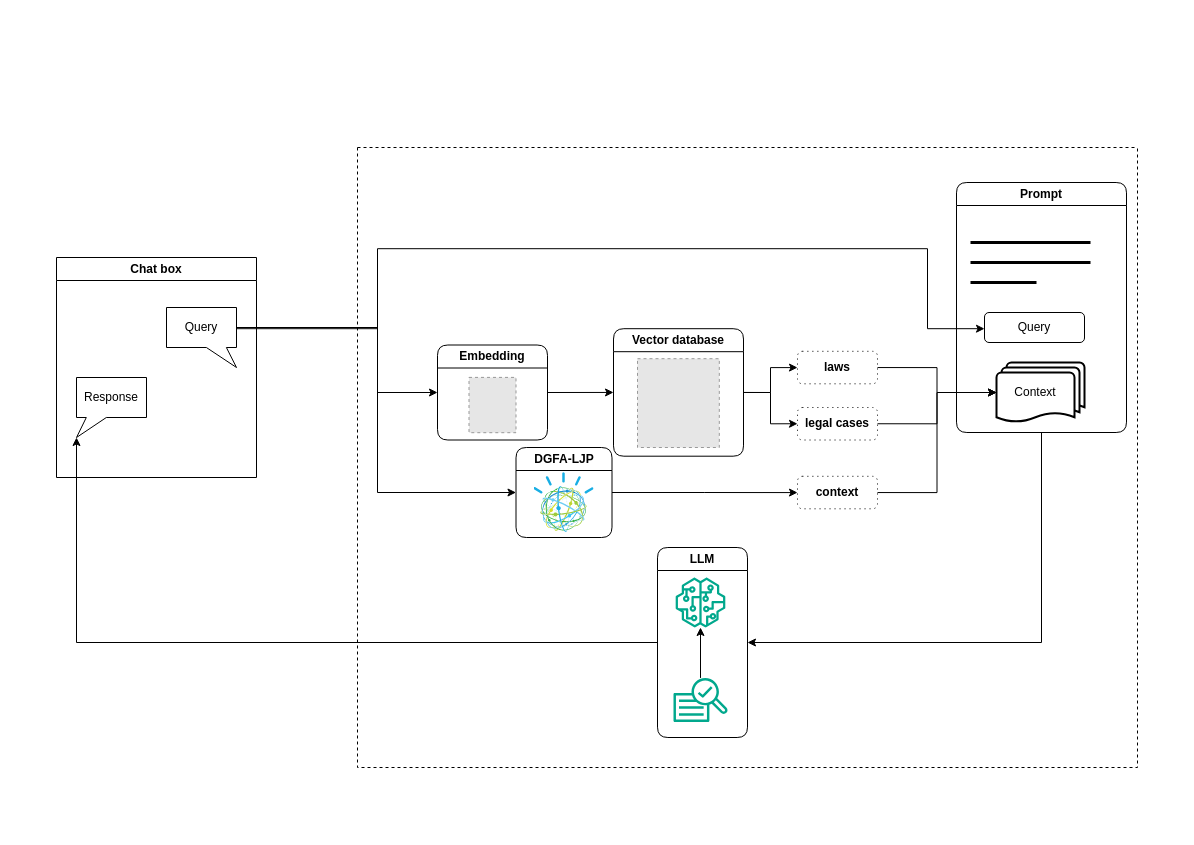
Earlier version of the draw.io diagram 未命名绘图.drawio (ArThur-Te/2025-21408). Source tidied: cells renumbered, new cells numbered last; positions are measured from the earlier drawing's top-left corner, leaving out a move shared by most shapes. Both pictures are drawn from the tidied source at 100%, with x=0, y=0 at pixel (17, 107). Pictures stored in the file or linked from it are replaced by grey dashed boxes.
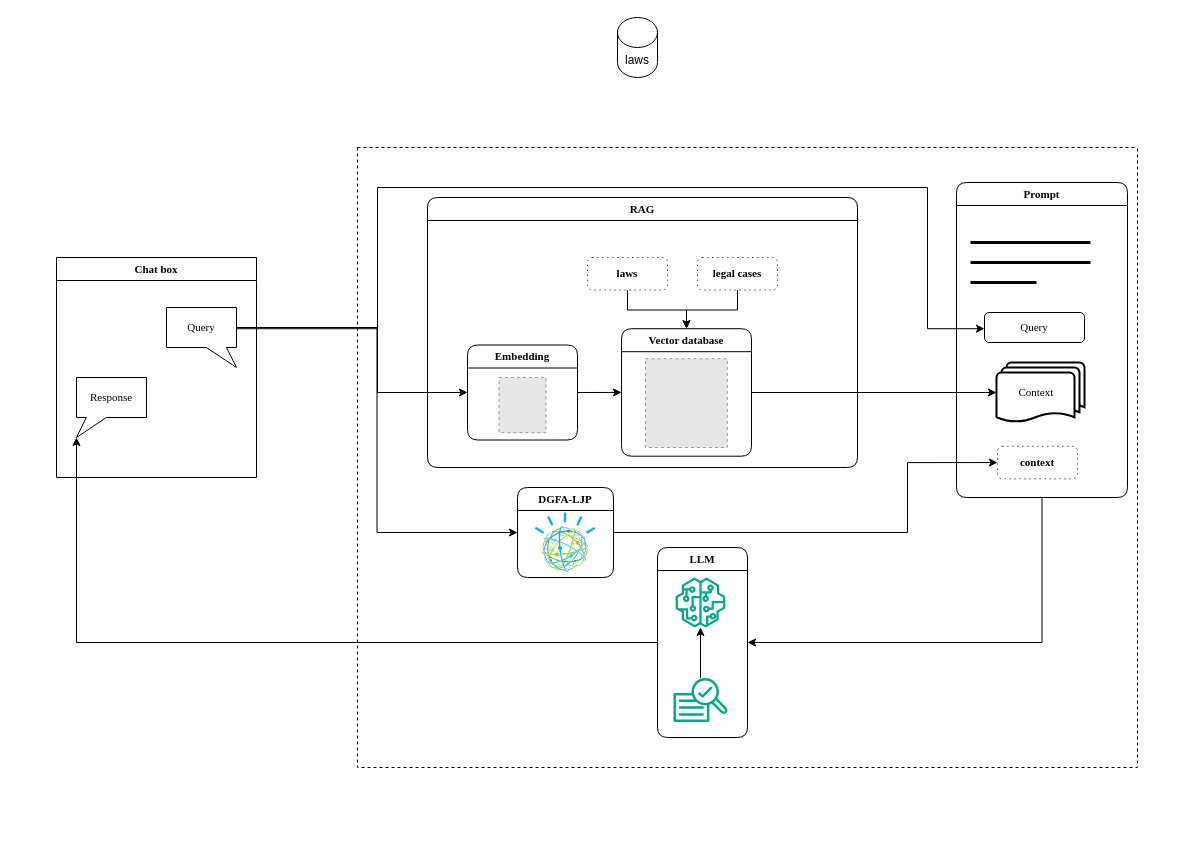
Above is the later version.

Commit message:
更新未命名绘图.drawio

What changed in the source:
```diff
@@
-    <mxCell id="2" value="Chat box" style="swimlane;whiteSpace=wrap;html=1;" parent="1" vertex="1">
+    <mxCell id="2" value="Chat box" style="swimlane;whiteSpace=wrap;html=1;fontFamily=Times New Roman;fontSize=11;" parent="1" vertex="1">
       <mxGeometry x="39" y="150" width="200" height="220" as="geometry" />
     </mxCell>
-    <mxCell id="3" value="Query" style="shape=callout;whiteSpace=wrap;html=1;perimeter=calloutPerimeter;size=20;position=0.57;position2=1;base=20;" parent="2" vertex="1">
+    <mxCell id="3" value="Query" style="shape=callout;whiteSpace=wrap;html=1;perimeter=calloutPerimeter;size=20;position=0.57;position2=1;base=20;fontFamily=Times New Roman;fontSize=11;" parent="2" vertex="1">
       <mxGeometry x="110" y="50" width="70" height="60" as="geometry" />
     </mxCell>
-    <mxCell id="4" value="Response" style="shape=callout;whiteSpace=wrap;html=1;perimeter=calloutPerimeter;size=20;position=0.14;position2=0;" parent="2" vertex="1">
+    <mxCell id="4" value="Response" style="shape=callout;whiteSpace=wrap;html=1;perimeter=calloutPerimeter;size=20;position=0.14;position2=0;fontFamily=Times New Roman;fontSize=11;" parent="2" vertex="1">
       <mxGeometry x="20" y="120" width="70" height="60" as="geometry" />
     </mxCell>
-    <mxCell id="5" style="swimlane;startSize=0;dashed=1;" parent="1" vertex="1">
+    <mxCell id="5" style="swimlane;startSize=0;dashed=1;fontFamily=Times New Roman;fontSize=11;" parent="1" vertex="1">
       <mxGeometry x="340" y="40" width="780" height="620" as="geometry" />
     </mxCell>
-    <mxCell id="6" value="LLM" style="swimlane;whiteSpace=wrap;html=1;rounded=1;glass=0;" parent="5" vertex="1">
+    <mxCell id="6" value="LLM" style="swimlane;whiteSpace=wrap;html=1;rounded=1;glass=0;fontFamily=Times New Roman;fontSize=11;" parent="5" vertex="1">
       <mxGeometry x="300" y="400" width="90" height="190" as="geometry" />
     </mxCell>
-    <mxCell id="7" style="sketch=0;outlineConnect=0;fontColor=#232F3E;gradientColor=none;fillColor=#01A88D;strokeColor=none;dashed=0;verticalLabelPosition=bottom;verticalAlign=top;align=center;html=1;fontSize=12;fontStyle=0;shape=mxgraph.aws4.sagemaker_model;" parent="6" vertex="1">
+    <mxCell id="7" style="sketch=0;outlineConnect=0;fontColor=#232F3E;gradientColor=none;fillColor=#01A88D;strokeColor=none;dashed=0;verticalLabelPosition=bottom;verticalAlign=top;align=center;html=1;fontSize=11;fontStyle=0;shape=mxgraph.aws4.sagemaker_model;fontFamily=Times New Roman;" parent="6" vertex="1">
       <mxGeometry x="18" y="30" width="50" height="50" as="geometry" />
     </mxCell>
-    <mxCell id="8" style="edgeStyle=orthogonalEdgeStyle;rounded=0;jettySize=auto;html=1;" parent="6" edge="1" source="9" target="7">
+    <mxCell id="8" style="edgeStyle=orthogonalEdgeStyle;rounded=0;jettySize=auto;html=1;fontFamily=Times New Roman;fontSize=11;" parent="6" edge="1" source="9" target="7">
       <mxGeometry relative="1" as="geometry" />
     </mxCell>
-    <mxCell id="9" style="sketch=0;outlineConnect=0;fontColor=#232F3E;gradientColor=none;fillColor=#01A88D;strokeColor=none;dashed=0;verticalLabelPosition=bottom;verticalAlign=top;align=center;html=1;fontSize=12;fontStyle=0;shape=mxgraph.aws4.sagemaker_train;" parent="6" vertex="1">
+    <mxCell id="9" style="sketch=0;outlineConnect=0;fontColor=#232F3E;gradientColor=none;fillColor=#01A88D;strokeColor=none;dashed=0;verticalLabelPosition=bottom;verticalAlign=top;align=center;html=1;fontSize=11;fontStyle=0;shape=mxgraph.aws4.sagemaker_train;fontFamily=Times New Roman;" parent="6" vertex="1">
       <mxGeometry x="16" y="130" width="54" height="45" as="geometry" />
     </mxCell>
-    <mxCell id="10" style="edgeStyle=orthogonalEdgeStyle;rounded=0;jettySize=auto;html=1;exitX=0.5;exitY=1;exitDx=0;exitDy=0;entryX=1;entryY=0.5;entryDx=0;entryDy=0;" parent="5" edge="1" source="11" target="6">
+    <mxCell id="10" style="edgeStyle=orthogonalEdgeStyle;rounded=0;jettySize=auto;html=1;exitX=0.5;exitY=1;exitDx=0;exitDy=0;entryX=1;entryY=0.5;entryDx=0;entryDy=0;fontFamily=Times New Roman;fontSize=11;" parent="5" edge="1" source="11" target="6">
       <mxGeometry relative="1" as="geometry" />
     </mxCell>
-    <mxCell id="11" value="Prompt" style="swimlane;whiteSpace=wrap;html=1;rounded=1;glass=0;" parent="5" vertex="1">
-      <mxGeometry x="599" y="35" width="170" height="250" as="geometry" />
+    <mxCell id="11" value="Prompt" style="swimlane;whiteSpace=wrap;html=1;rounded=1;glass=0;fontFamily=Times New Roman;fontSize=11;" parent="5" vertex="1">
+      <mxGeometry x="599" y="35" width="171" height="315" as="geometry" />
     </mxCell>
-    <mxCell id="12" value="Context&amp;nbsp; &amp;nbsp;" style="strokeWidth=2;html=1;shape=mxgraph.flowchart.multi-document;whiteSpace=wrap;" parent="11" vertex="1">
+    <mxCell id="12" value="Context&amp;nbsp; &amp;nbsp;" style="strokeWidth=2;html=1;shape=mxgraph.flowchart.multi-document;whiteSpace=wrap;fontFamily=Times New Roman;fontSize=11;" parent="11" vertex="1">
       <mxGeometry x="40" y="180" width="88" height="60" as="geometry" />
     </mxCell>
-    <mxCell id="13" value="Query" style="rounded=1;whiteSpace=wrap;html=1;" parent="11" vertex="1">
+    <mxCell id="13" value="Query" style="rounded=1;whiteSpace=wrap;html=1;fontFamily=Times New Roman;fontSize=11;" parent="11" vertex="1">
       <mxGeometry x="28" y="130" width="100" height="30" as="geometry" />
     </mxCell>
-    <mxCell id="14" style="endArrow=none;html=1;rounded=0;strokeWidth=3;" parent="11" edge="1">
+    <mxCell id="14" style="endArrow=none;html=1;rounded=0;strokeWidth=3;fontFamily=Times New Roman;fontSize=11;" parent="11" edge="1">
       <mxGeometry relative="1" as="geometry">
         <mxPoint x="14" y="60" as="sourcePoint" />
         <mxPoint x="134" y="60" as="targetPoint" />
       </mxGeometry>
     </mxCell>
-    <mxCell id="15" style="endArrow=none;html=1;rounded=0;strokeWidth=3;" parent="11" edge="1">
+    <mxCell id="15" style="endArrow=none;html=1;rounded=0;strokeWidth=3;fontFamily=Times New Roman;fontSize=11;" parent="11" edge="1">
       <mxGeometry relative="1" as="geometry">
         <mxPoint x="14" y="80" as="sourcePoint" />
         <mxPoint x="134" y="80" as="targetPoint" />
       </mxGeometry>
     </mxCell>
-    <mxCell id="16" style="endArrow=none;html=1;rounded=0;strokeWidth=3;" parent="11" edge="1">
+    <mxCell id="16" style="endArrow=none;html=1;rounded=0;strokeWidth=3;fontFamily=Times New Roman;fontSize=11;" parent="11" edge="1">
       <mxGeometry relative="1" as="geometry">
         <mxPoint x="14" y="100" as="sourcePoint" />
         <mxPoint x="80" y="100" as="targetPoint" />
       </mxGeometry>
     </mxCell>
-    <mxCell id="17" value="Vector database" style="swimlane;whiteSpace=wrap;html=1;rounded=1;glass=0;" parent="5" vertex="1">
-      <mxGeometry x="256" y="181.2" width="130" height="127.5" as="geometry" />
-    </mxCell>
-    <mxCell id="18" style="fillColor=#E6E6E6;strokeColor=#999999;dashed=1;verticalLabelPosition=bottom;labelBackgroundColor=default;verticalAlign=top;" parent="17" vertex="1">
-      <mxGeometry x="24" y="30" width="81.8" height="88.8" as="geometry" />
-    </mxCell>
-    <mxCell id="19" style="edgeStyle=orthogonalEdgeStyle;rounded=0;jettySize=auto;html=1;exitX=1;exitY=0.5;exitDx=0;exitDy=0;entryX=0;entryY=0.5;entryDx=0;entryDy=0;" parent="5" edge="1" source="20" target="17">
-      <mxGeometry relative="1" as="geometry" />
-    </mxCell>
-    <mxCell id="20" value="Embedding" style="swimlane;whiteSpace=wrap;html=1;rounded=1;glass=0;" parent="5" vertex="1">
-      <mxGeometry x="80" y="197.5" width="110" height="95" as="geometry" />
-    </mxCell>
-    <mxCell id="21" style="fillColor=#E6E6E6;strokeColor=#999999;dashed=1;html=1;verticalLabelPosition=bottom;labelBackgroundColor=#ffffff;verticalAlign=top;" parent="20" vertex="1">
-      <mxGeometry x="31.5" y="32.4" width="47" height="55.3" as="geometry" />
-    </mxCell>
-    <mxCell id="22" value="context" style="whiteSpace=wrap;html=1;fontStyle=1;startSize=23;rounded=1;glass=0;dashed=1;dashPattern=1 4;" parent="5" vertex="1">
-      <mxGeometry x="440" y="328.8" width="80" height="32.5" as="geometry" />
-    </mxCell>
-    <mxCell id="23" style="edgeStyle=orthogonalEdgeStyle;rounded=0;jettySize=auto;html=1;exitX=1;exitY=0.5;exitDx=0;exitDy=0;entryX=0;entryY=0.5;entryDx=0;entryDy=0;entryPerimeter=0;" parent="5" edge="1" source="22" target="12">
-      <mxGeometry relative="1" as="geometry" />
-    </mxCell>
-    <mxCell id="24" style="edgeStyle=orthogonalEdgeStyle;rounded=0;orthogonalLoop=1;jettySize=auto;html=1;exitX=0;exitY=0;exitDx=70;exitDy=20;exitPerimeter=0;entryX=0;entryY=0.5;entryDx=0;entryDy=0;" parent="5" edge="1">
+    <mxCell id="24" style="edgeStyle=orthogonalEdgeStyle;rounded=0;orthogonalLoop=1;jettySize=auto;html=1;exitX=0;exitY=0;exitDx=70;exitDy=20;exitPerimeter=0;entryX=0;entryY=0.5;entryDx=0;entryDy=0;fontFamily=Times New Roman;fontSize=11;" parent="5" edge="1">
       <mxGeometry relative="1" as="geometry">
         <mxPoint x="-121" y="181.2" as="sourcePoint" />
         <mxPoint x="627" y="181.2" as="targetPoint" />
         <Array as="points">
-          <mxPoint x="20" y="181.2" />
-          <mxPoint x="20" y="101.2" />
-          <mxPoint x="570" y="101.2" />
-          <mxPoint x="570" y="181.2" />
+          <mxPoint x="20" y="181" />
+          <mxPoint x="20" y="40" />
+          <mxPoint x="570" y="40" />
+          <mxPoint x="570" y="181" />
         </Array>
       </mxGeometry>
     </mxCell>
-    <mxCell id="25" style="edgeStyle=orthogonalEdgeStyle;rounded=0;jettySize=auto;html=1;exitX=0;exitY=0;exitDx=70;exitDy=20;exitPerimeter=0;entryX=0;entryY=0.5;entryDx=0;entryDy=0;" parent="1" edge="1" source="3" target="31">
-      <mxGeometry relative="1" as="geometry">
-        <Array as="points">
-          <mxPoint x="360" y="220" />
-          <mxPoint x="360" y="385" />
-        </Array>
-      </mxGeometry>
-    </mxCell>
-    <mxCell id="26" style="edgeStyle=orthogonalEdgeStyle;rounded=0;jettySize=auto;html=1;exitX=0;exitY=0.5;exitDx=0;exitDy=0;entryX=0;entryY=0;entryDx=0;entryDy=60;entryPerimeter=0;" parent="1" edge="1" source="6" target="4">
+    <mxCell id="26" style="edgeStyle=orthogonalEdgeStyle;rounded=0;jettySize=auto;html=1;exitX=0;exitY=0.5;exitDx=0;exitDy=0;entryX=0;entryY=0;entryDx=0;entryDy=60;entryPerimeter=0;fontFamily=Times New Roman;fontSize=11;" parent="1" edge="1" source="6" target="4">
       <mxGeometry relative="1" as="geometry" />
     </mxCell>
-    <mxCell id="27" style="edgeStyle=orthogonalEdgeStyle;rounded=0;jettySize=auto;html=1;exitX=0;exitY=0;exitDx=70;exitDy=20;exitPerimeter=0;entryX=0;entryY=0.5;entryDx=0;entryDy=0;" parent="1" edge="1" source="3" target="20">
+    <mxCell id="27" style="edgeStyle=orthogonalEdgeStyle;rounded=0;jettySize=auto;html=1;exitX=0;exitY=0;exitDx=70;exitDy=20;exitPerimeter=0;entryX=0;entryY=0.5;entryDx=0;entryDy=0;fontFamily=Times New Roman;fontSize=11;" parent="1" edge="1" source="3" target="20">
       <mxGeometry relative="1" as="geometry">
         <Array as="points">
           <mxPoint x="360" y="220" />
           <mxPoint x="360" y="285" />
         </Array>
       </mxGeometry>
     </mxCell>
-    <mxCell id="28" style="swimlane;startSize=0;strokeWidth=0;strokeColor=none;" parent="1" vertex="1">
-      <mxGeometry width="1150" height="710" as="geometry" />
+    <mxCell id="28" style="swimlane;startSize=0;strokeWidth=0;strokeColor=none;fontFamily=Times New Roman;fontSize=11;" parent="1" vertex="1">
+      <mxGeometry width="1160" height="720" as="geometry" />
     </mxCell>
-    <mxCell id="29" value="legal cases" style="whiteSpace=wrap;html=1;fontStyle=1;startSize=23;rounded=1;glass=0;dashed=1;dashPattern=1 4;" parent="28" vertex="1">
-      <mxGeometry x="780" y="300" width="80" height="32.5" as="geometry" />
+    <mxCell id="29" value="legal cases" style="whiteSpace=wrap;html=1;fontStyle=1;startSize=23;rounded=1;glass=0;dashed=1;dashPattern=1 4;fontFamily=Times New Roman;fontSize=11;" parent="28" vertex="1">
+      <mxGeometry x="680" y="150" width="80" height="32.5" as="geometry" />
     </mxCell>
-    <mxCell id="30" value="laws" style="whiteSpace=wrap;html=1;fontStyle=1;startSize=23;rounded=1;glass=0;dashed=1;dashPattern=1 4;" parent="28" vertex="1">
-      <mxGeometry x="780" y="243.8" width="80" height="32.5" as="geometry" />
+    <mxCell id="30" value="laws" style="whiteSpace=wrap;html=1;fontStyle=1;startSize=23;rounded=1;glass=0;dashed=1;dashPattern=1 4;fontFamily=Times New Roman;fontSize=11;" parent="28" vertex="1">
+      <mxGeometry x="570" y="150" width="80" height="32.5" as="geometry" />
     </mxCell>
+    <mxCell id="37" style="edgeStyle=orthogonalEdgeStyle;rounded=0;jettySize=auto;html=1;exitX=1;exitY=0.5;exitDx=0;exitDy=0;entryX=0;entryY=0.5;entryDx=0;entryDy=0;" parent="28" edge="1" source="31" target="22">
+      <mxGeometry relative="1" as="geometry">
+        <Array as="points">
+          <mxPoint x="890" y="425" />
+          <mxPoint x="890" y="355" />
+        </Array>
+      </mxGeometry>
+    </mxCell>
-    <mxCell id="31" value="DGFA-LJP" style="swimlane;whiteSpace=wrap;html=1;rounded=1;glass=0;" parent="28" vertex="1">
-      <mxGeometry x="498.5" y="340" width="96" height="90" as="geometry" />
+    <mxCell id="31" value="DGFA-LJP" style="swimlane;whiteSpace=wrap;html=1;rounded=1;glass=0;fontFamily=Times New Roman;fontSize=11;" parent="28" vertex="1">
+      <mxGeometry x="500" y="380" width="96" height="90" as="geometry" />
     </mxCell>
-    <mxCell id="32" style="image;perimeter=ellipsePerimeter;html=1;align=center;shadow=0;dashed=0;fontColor=#4277BB;labelBackgroundColor=default;fontSize=12;spacingTop=3;image=img/lib/ibm/miscellaneous/cognitive_services.svg;" parent="31" vertex="1">
+    <mxCell id="32" style="image;perimeter=ellipsePerimeter;html=1;align=center;shadow=0;dashed=0;fontColor=#4277BB;labelBackgroundColor=default;fontSize=11;spacingTop=3;image=img/lib/ibm/miscellaneous/cognitive_services.svg;fontFamily=Times New Roman;" parent="31" vertex="1">
       <mxGeometry x="18" y="25" width="60" height="60" as="geometry" />
     </mxCell>
-    <mxCell id="33" style="edgeStyle=orthogonalEdgeStyle;rounded=0;jettySize=auto;html=1;" parent="1" edge="1" source="17" target="30">
-      <mxGeometry relative="1" as="geometry" />
-    </mxCell>
-    <mxCell id="34" style="edgeStyle=orthogonalEdgeStyle;rounded=0;jettySize=auto;html=1;exitX=1;exitY=0.5;exitDx=0;exitDy=0;entryX=0;entryY=0.5;entryDx=0;entryDy=0;entryPerimeter=0;" parent="1" edge="1" source="30" target="12">
-      <mxGeometry relative="1" as="geometry" />
-    </mxCell>
-    <mxCell id="35" style="edgeStyle=orthogonalEdgeStyle;rounded=0;jettySize=auto;html=1;exitX=1;exitY=0.5;exitDx=0;exitDy=0;entryX=0;entryY=0.5;entryDx=0;entryDy=0;" parent="1" edge="1" source="17" target="29">
-      <mxGeometry relative="1" as="geometry" />
-    </mxCell>
-    <mxCell id="36" style="edgeStyle=orthogonalEdgeStyle;rounded=0;jettySize=auto;html=1;exitX=1;exitY=0.5;exitDx=0;exitDy=0;entryX=0;entryY=0.5;entryDx=0;entryDy=0;entryPerimeter=0;" parent="1" edge="1" source="29" target="12">
-      <mxGeometry relative="1" as="geometry" />
-    </mxCell>
-    <mxCell id="37" style="edgeStyle=orthogonalEdgeStyle;rounded=0;jettySize=auto;html=1;exitX=1;exitY=0.5;exitDx=0;exitDy=0;" parent="1" edge="1" source="31" target="22">
-      <mxGeometry relative="1" as="geometry" />
-    </mxCell>
+    <mxCell id="38" value="RAG" style="swimlane;whiteSpace=wrap;html=1;rounded=1;glass=0;fontFamily=Times New Roman;fontSize=11;" parent="28" vertex="1">
+      <mxGeometry x="410" y="90" width="430" height="270" as="geometry" />
+    </mxCell>
+    <mxCell id="20" value="Embedding" style="swimlane;whiteSpace=wrap;html=1;rounded=1;glass=0;fontFamily=Times New Roman;fontSize=11;" parent="38" vertex="1">
+      <mxGeometry x="40" y="147.5" width="110" height="95" as="geometry" />
+    </mxCell>
+    <mxCell id="21" style="fillColor=#E6E6E6;strokeColor=#999999;dashed=1;html=1;verticalLabelPosition=bottom;labelBackgroundColor=#ffffff;verticalAlign=top;fontFamily=Times New Roman;fontSize=11;" parent="20" vertex="1">
+      <mxGeometry x="31.5" y="32.4" width="47" height="55.3" as="geometry" />
+    </mxCell>
+    <mxCell id="17" value="Vector database" style="swimlane;whiteSpace=wrap;html=1;rounded=1;glass=0;fontFamily=Times New Roman;fontSize=11;" parent="38" vertex="1">
+      <mxGeometry x="194" y="131.2" width="130" height="127.5" as="geometry" />
+    </mxCell>
+    <mxCell id="18" style="fillColor=#E6E6E6;strokeColor=#999999;dashed=1;verticalLabelPosition=bottom;labelBackgroundColor=default;verticalAlign=top;fontFamily=Times New Roman;fontSize=11;" parent="17" vertex="1">
+      <mxGeometry x="24" y="30" width="81.8" height="88.8" as="geometry" />
+    </mxCell>
+    <mxCell id="19" style="edgeStyle=orthogonalEdgeStyle;rounded=0;jettySize=auto;html=1;exitX=1;exitY=0.5;exitDx=0;exitDy=0;entryX=0;entryY=0.5;entryDx=0;entryDy=0;fontFamily=Times New Roman;fontSize=11;" parent="38" edge="1" source="20" target="17">
+      <mxGeometry relative="1" as="geometry" />
+    </mxCell>
+    <mxCell id="39" style="edgeStyle=orthogonalEdgeStyle;rounded=0;jettySize=auto;html=1;entryX=0.5;entryY=0;entryDx=0;entryDy=0;fontFamily=Times New Roman;fontSize=11;" parent="28" edge="1" source="30" target="17">
+      <mxGeometry relative="1" as="geometry" />
+    </mxCell>
+    <mxCell id="40" style="edgeStyle=orthogonalEdgeStyle;rounded=0;jettySize=auto;html=1;entryX=0.5;entryY=0;entryDx=0;entryDy=0;fontFamily=Times New Roman;fontSize=11;" parent="28" edge="1" source="29" target="17">
+      <mxGeometry relative="1" as="geometry" />
+    </mxCell>
+    <mxCell id="22" value="context" style="whiteSpace=wrap;html=1;fontStyle=1;startSize=23;rounded=1;glass=0;dashed=1;dashPattern=1 4;fontFamily=Times New Roman;fontSize=11;" parent="28" vertex="1">
+      <mxGeometry x="980" y="338.8" width="80" height="32.5" as="geometry" />
+    </mxCell>
+    <mxCell id="41" style="edgeStyle=orthogonalEdgeStyle;rounded=0;jettySize=auto;html=1;entryX=0;entryY=0.5;entryDx=0;entryDy=0;entryPerimeter=0;fontFamily=Times New Roman;fontSize=11;" parent="1" edge="1" source="17" target="12">
+      <mxGeometry relative="1" as="geometry" />
+    </mxCell>
+    <mxCell id="25" style="edgeStyle=orthogonalEdgeStyle;rounded=0;jettySize=auto;html=1;exitX=0;exitY=0;exitDx=70;exitDy=20;exitPerimeter=0;entryX=0;entryY=0.5;entryDx=0;entryDy=0;" parent="1" edge="1" source="3" target="31">
+      <mxGeometry relative="1" as="geometry" />
+    </mxCell>
+    <mxCell id="42" value="laws" style="shape=cylinder3;whiteSpace=wrap;html=1;boundedLbl=1;backgroundOutline=1;size=15;" parent="1" vertex="1">
+      <mxGeometry x="600" y="-90" width="40" height="60" as="geometry" />
+    </mxCell>
```
